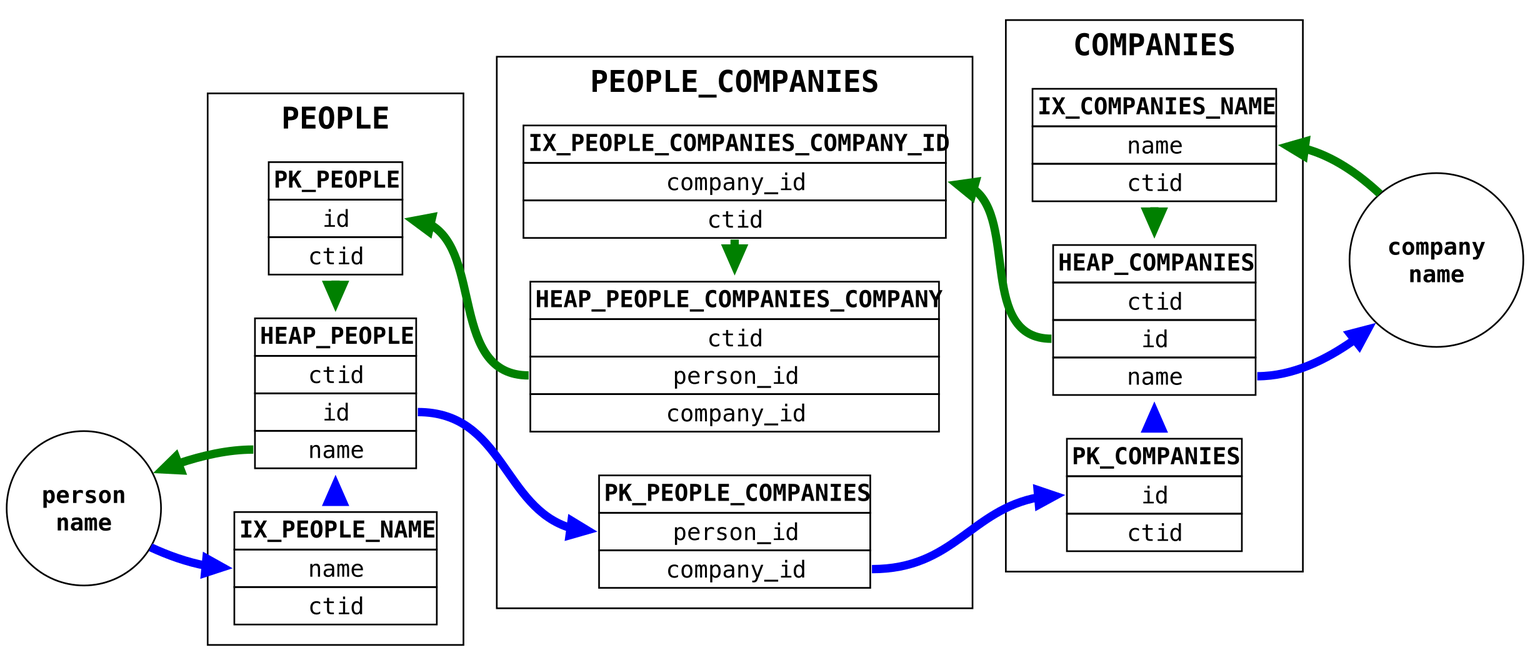
The Graphviz diagram img/pg_nocover.png in dangermike/associative_entity_redux, before a commit. Its source is kept beside it as img/pg_nocover.dot.
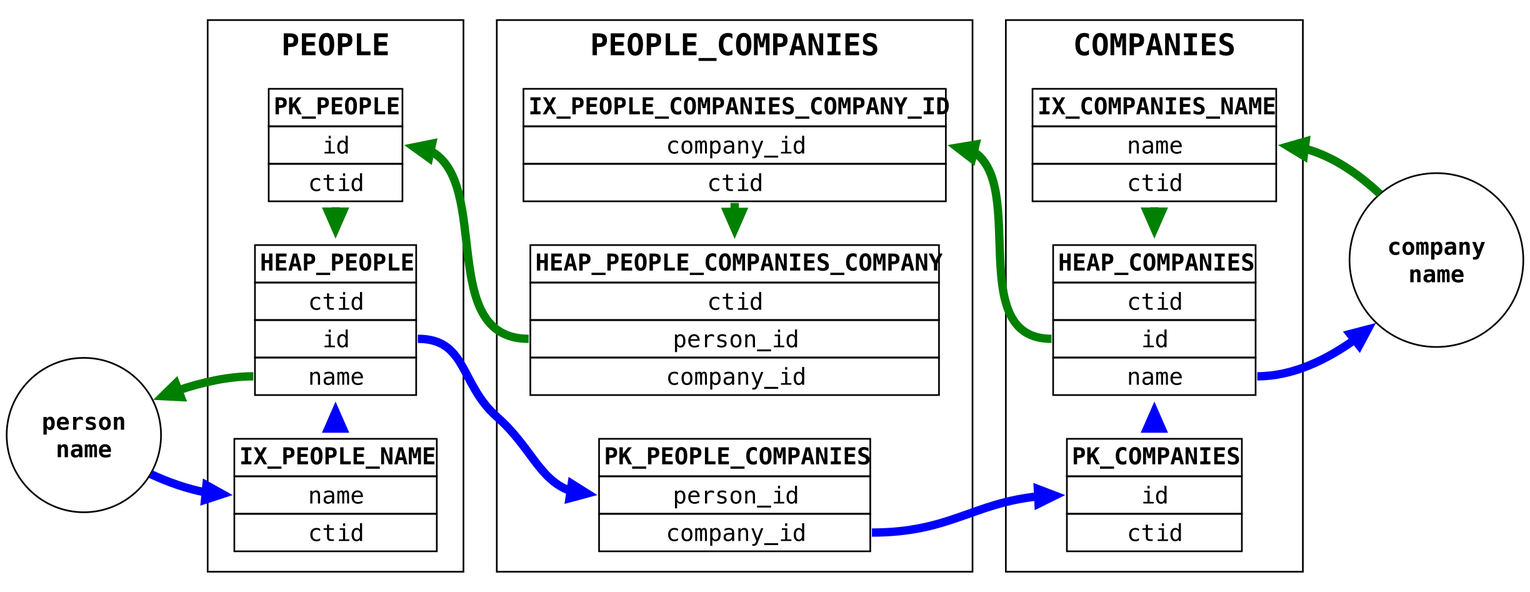
The same file after the commit.

Diff of the diagram source:
```diff
@@ -14,41 +14,41 @@
         label="PEOPLE_COMPANIES"
         pk_pc [shape="plaintext" label=<<TABLE BORDER="0" CELLBORDER="1" CELLSPACING="0">
             <TR><TD><B>PK_PEOPLE_COMPANIES</B></TD></TR>
-            <TR><TD port="l">person_id</TD></TR>
-            <TR><TD port="r">company_id</TD></TR>
+            <TR><TD port="pid">person_id</TD></TR>
+            <TR><TD port="cid">company_id</TD></TR>
         </TABLE>>]
         ix_pc [shape="plaintext" label=<<TABLE BORDER="0" CELLBORDER="1" CELLSPACING="0">
             <TR><TD><B>IX_PEOPLE_COMPANIES_COMPANY_ID</B></TD></TR>
-            <TR><TD port="l">company_id</TD></TR>
-            <TR><TD port="r">ctid</TD></TR>
+            <TR><TD port="cid">company_id</TD></TR>
+            <TR><TD port="ctid">ctid</TD></TR>
         </TABLE>>]
         heap_pc [shape="plaintext" label=<<TABLE BORDER="0" CELLBORDER="1" CELLSPACING="0">
             <TR><TD port="t"><B>HEAP_PEOPLE_COMPANIES_COMPANY</B></TD></TR>
-            <TR><TD port="l">ctid</TD></TR>
-            <TR><TD port="r">person_id</TD></TR>
-            <TR><TD port="r">company_id</TD></TR>
+            <TR><TD port="ctid">ctid</TD></TR>
+            <TR><TD port="pid">person_id</TD></TR>
+            <TR><TD port="cid">company_id</TD></TR>
         </TABLE>>]
         { rank=same; pk_pc -> ix_pc [minlen="5" style="invis"] }
-        { rank=same; heap_pc -> ix_pc:r [minlen="1" dir="back" color="green"] }
+        { rank=same; heap_pc -> ix_pc:ctid [minlen="1" dir="back" color="green"] }
     }
 
     subgraph cluster_companies {
         label="COMPANIES"
         pk_companies [shape="plaintext" label=<<TABLE  BORDER="0" CELLBORDER="1" CELLSPACING="0">
             <TR><TD><B>PK_COMPANIES</B></TD></TR>
-            <TR><TD port="l">id</TD></TR>
-            <TR><TD port="r">ctid</TD></TR>
+            <TR><TD port="cid">id</TD></TR>
+            <TR><TD port="ctid">ctid</TD></TR>
         </TABLE>>]
         ix_companies [shape="plaintext" label=<<TABLE  BORDER="0" CELLBORDER="1" CELLSPACING="0">
             <TR><TD><B>IX_COMPANIES_NAME</B></TD></TR>
-            <TR><TD port="r">name</TD></TR>
-            <TR><TD port="l">ctid</TD></TR>
+            <TR><TD port="name">name</TD></TR>
+            <TR><TD port="ctid">ctid</TD></TR>
         </TABLE>>]
         heap_companies [shape="plaintext" label=<<TABLE  BORDER="0" CELLBORDER="1" CELLSPACING="0">
             <TR><TD><B>HEAP_COMPANIES</B></TD></TR>
-            <TR><TD port="t">ctid</TD></TR>
-            <TR><TD port="l">id</TD></TR>
-            <TR><TD port="r">name</TD></TR>
+            <TR><TD port="ctid">ctid</TD></TR>
+            <TR><TD port="cid">id</TD></TR>
+            <TR><TD port="name">name</TD></TR>
         </TABLE>>]
 
         { rank=same; pk_companies -> ix_companies [minlen="5" style="invis"] }
@@ -60,19 +60,19 @@
         label="PEOPLE"
         pk_people [shape="plaintext" label=<<TABLE  BORDER="0" CELLBORDER="1" CELLSPACING="0">
             <TR><TD><B>PK_PEOPLE</B></TD></TR>
-            <TR><TD port="l">id</TD></TR>
-            <TR><TD port="r">ctid</TD></TR>
+            <TR><TD port="pid">id</TD></TR>
+            <TR><TD port="ctid">ctid</TD></TR>
         </TABLE>>]
         ix_people [shape="plaintext" label=<<TABLE  BORDER="0" CELLBORDER="1" CELLSPACING="0">
             <TR><TD><B>IX_PEOPLE_NAME</B></TD></TR>
-            <TR><TD port="r">name</TD></TR>
-            <TR><TD port="l">ctid</TD></TR>
+            <TR><TD port="name">name</TD></TR>
+            <TR><TD port="ctid">ctid</TD></TR>
         </TABLE>>]
         heap_people [shape="plaintext" label=<<TABLE  BORDER="0" CELLBORDER="1" CELLSPACING="0">
             <TR><TD><B>HEAP_PEOPLE</B></TD></TR>
-            <TR><TD port="t">ctid</TD></TR>
-            <TR><TD port="l">id</TD></TR>
-            <TR><TD port="r">name</TD></TR>
+            <TR><TD port="ctid">ctid</TD></TR>
+            <TR><TD port="pid">id</TD></TR>
+            <TR><TD port="name">name</TD></TR>
         </TABLE>>]
         { rank=same; ix_people -> pk_people [minlen=5 style="invis"] }
         { rank=same; ix_people -> heap_people [minlen=1 color="blue"] }
@@ -81,20 +81,20 @@
 
     {
         edge [color="blue"]
-        start_p -> ix_people:r
-        ix_people:r -> pk_pc:l [style="invis"]
-        heap_people:l -> pk_pc:l
-        pk_pc:r -> pk_companies:l
-        heap_companies:r -> start_c
+        start_p -> ix_people:name
+        ix_people -> pk_pc [style="invis"]
+        heap_people:pid -> pk_pc:pid
+        pk_pc:cid -> pk_companies:cid
+        heap_companies:name -> start_c
     }
 
     {
         edge [dir="back" color="green"]
-        ix_companies:r -> start_c
-        ix_pc:l -> ix_companies:l [style="invis"]
-        ix_pc:l -> heap_companies:l
-        pk_people:l -> ix_pc:r  [style="invis"]
-        pk_people:l -> heap_pc:r [constraint="false"]
-        start_p -> heap_people:r
+        ix_companies:name -> start_c
+        ix_pc -> ix_companies [style="invis"]
+        ix_pc:cid -> heap_companies:cid
+        pk_people -> ix_pc  [style="invis"]
+        pk_people:pid -> heap_pc:pid [constraint="false"]
+        start_p -> heap_people:name
     }
 }
```
